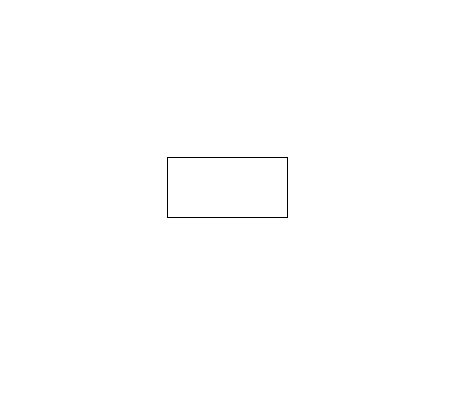
Above: diagrams.drawio in Shan-Joel/Diagrams---ITPM (draw.io), before the change. Source tidied: cells renumbered, new cells numbered last; positions are measured from the earlier drawing's top-left corner, leaving out a move shared by most shapes. Both pictures are drawn from the tidied source at 100%, with x=0, y=0 at pixel (167, 157).
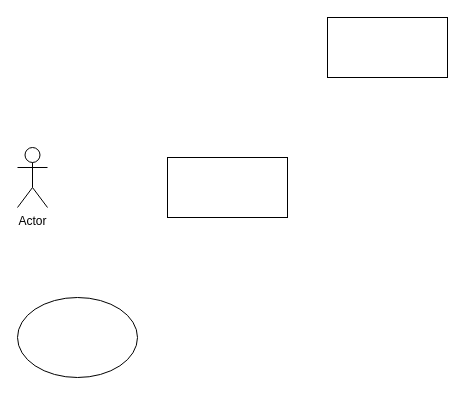
The same page after the edit.

What changed in the source:
```diff
@@
 <mxGraphModel>
   <root>
     <mxCell id="0" />
     <mxCell id="1" parent="0" />
     <mxCell id="2" style="rounded=0;whiteSpace=wrap;html=1;" parent="1" vertex="1">
       <mxGeometry width="120" height="60" as="geometry" />
     </mxCell>
+    <mxCell id="3" style="rounded=0;whiteSpace=wrap;html=1;" parent="1" vertex="1">
+      <mxGeometry x="160" y="-140" width="120" height="60" as="geometry" />
+    </mxCell>
+    <mxCell id="4" style="ellipse;whiteSpace=wrap;html=1;" parent="1" vertex="1">
+      <mxGeometry x="-150" y="140" width="120" height="80" as="geometry" />
+    </mxCell>
+    <mxCell id="5" value="Actor" style="shape=umlActor;verticalLabelPosition=bottom;verticalAlign=top;html=1;" parent="1" vertex="1">
+      <mxGeometry x="-150" y="-10" width="30" height="60" as="geometry" />
+    </mxCell>
   </root>
 </mxGraphModel>
```
